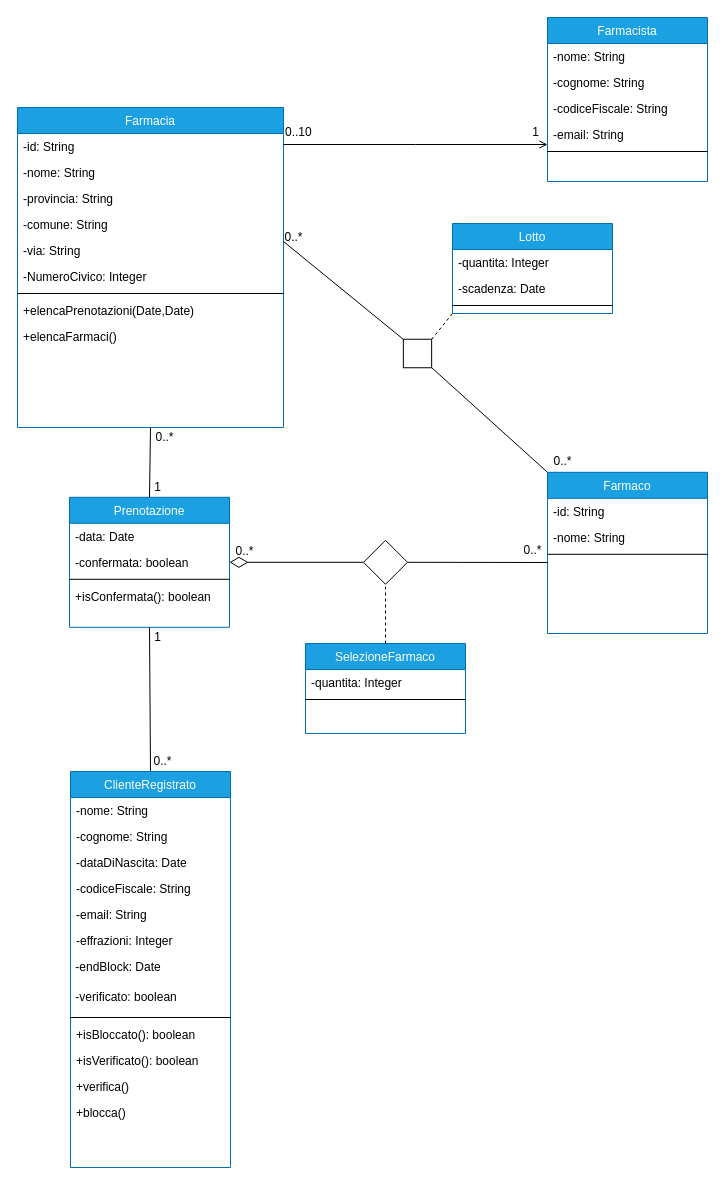
Above: page "DominioFarmacia" (1 of 2) of drawio/Progettazione/DettaglioFarmacia.drawio in lnwor/farmabyte-doc (draw.io), before the change. Source tidied: cells renumbered, new cells numbered last; positions are measured from the earlier drawing's top-left corner, leaving out a move shared by most shapes. Both pictures are drawn from the tidied source at 100%, with x=0, y=0 at pixel (17, 17).
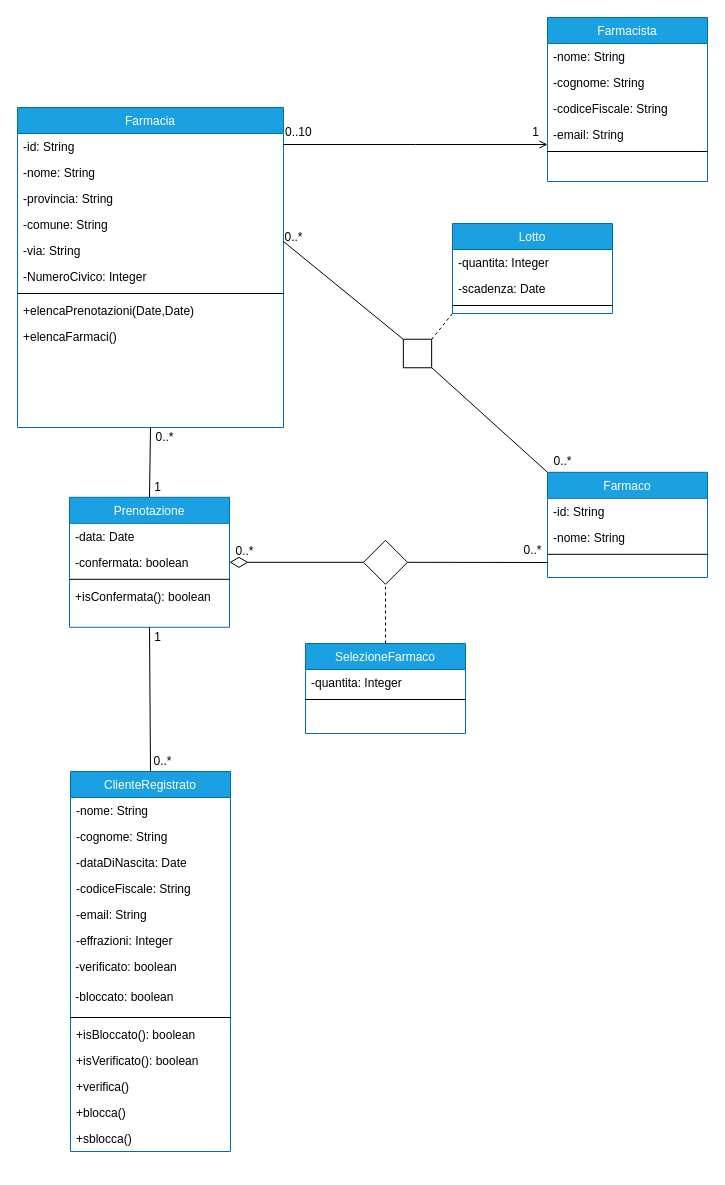
After the change.

The edit, as a diff of the source:
```diff
@@
     <mxCell id="21" value="Farmaco" style="swimlane;fontStyle=0;align=center;verticalAlign=top;horizontal=1;startSize=26;rounded=0;shadow=0;strokeWidth=1;fillColor=#1ba1e2;strokeColor=#006EAF;fontColor=#ffffff;" parent="1" vertex="1">
-      <mxGeometry x="530" y="454.8" width="160" height="161.2" as="geometry" />
+      <mxGeometry x="530" y="454.8" width="160" height="105.2" as="geometry" />
     </mxCell>
@@
     <mxCell id="38" value="ClienteRegistrato" style="swimlane;fontStyle=0;align=center;verticalAlign=top;horizontal=1;startSize=26;rounded=0;shadow=0;strokeWidth=1;fillColor=#1ba1e2;strokeColor=#006EAF;fontColor=#ffffff;" parent="1" vertex="1">
-      <mxGeometry x="53" y="754" width="160" height="396" as="geometry" />
+      <mxGeometry x="53" y="754" width="160" height="380" as="geometry" />
     </mxCell>
@@
-    <mxCell id="45" value="&lt;font face=&quot;helvetica&quot;&gt;&amp;nbsp;-endBlock: Date&lt;/font&gt;" style="text;whiteSpace=wrap;html=1;" parent="38" vertex="1">
-      <mxGeometry y="182" width="160" height="30" as="geometry" />
-    </mxCell>
     <mxCell id="46" value="&lt;font face=&quot;helvetica&quot;&gt;&amp;nbsp;-verificato: boolean&lt;/font&gt;" style="text;whiteSpace=wrap;html=1;" parent="38" vertex="1">
-      <mxGeometry y="212" width="160" height="30" as="geometry" />
+      <mxGeometry y="182" width="160" height="30" as="geometry" />
     </mxCell>
+    <mxCell id="69" value="&lt;font face=&quot;helvetica&quot;&gt;&amp;nbsp;-bloccato: boolean&lt;/font&gt;" style="text;whiteSpace=wrap;html=1;" parent="38" vertex="1">
+      <mxGeometry y="212" width="160" height="30" as="geometry" />
+    </mxCell>
@@
+    <mxCell id="70" value="+sblocca()" style="text;align=left;verticalAlign=top;spacingLeft=4;spacingRight=4;overflow=hidden;" parent="38" vertex="1">
+      <mxGeometry y="354" width="160" height="26" as="geometry" />
+    </mxCell>
```
